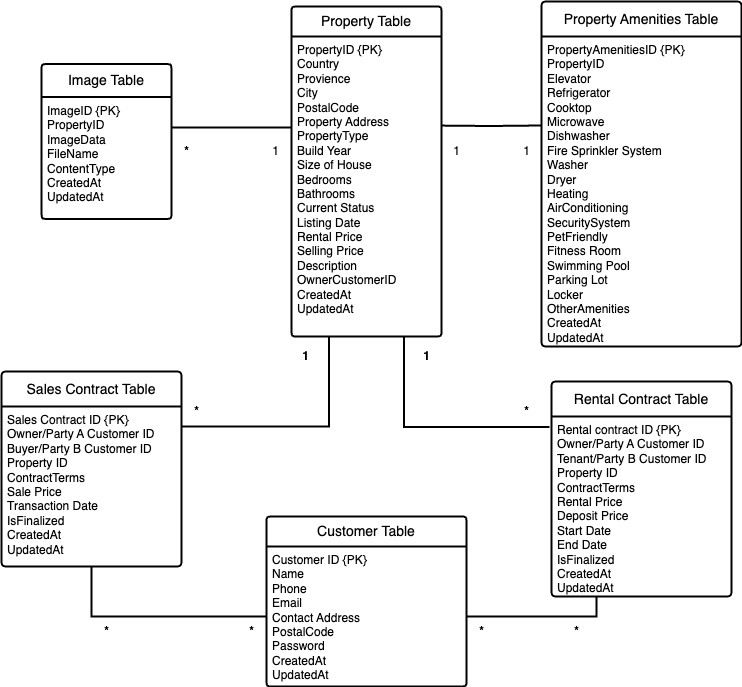
The draw.io diagram ERD.drawio.png in qisixian/InClassProject-RealEstateAgencySystem, before a commit. Source tidied: cells renumbered, new cells last; positions are measured from the earlier drawing's top-left corner, leaving out a move shared by most shapes.
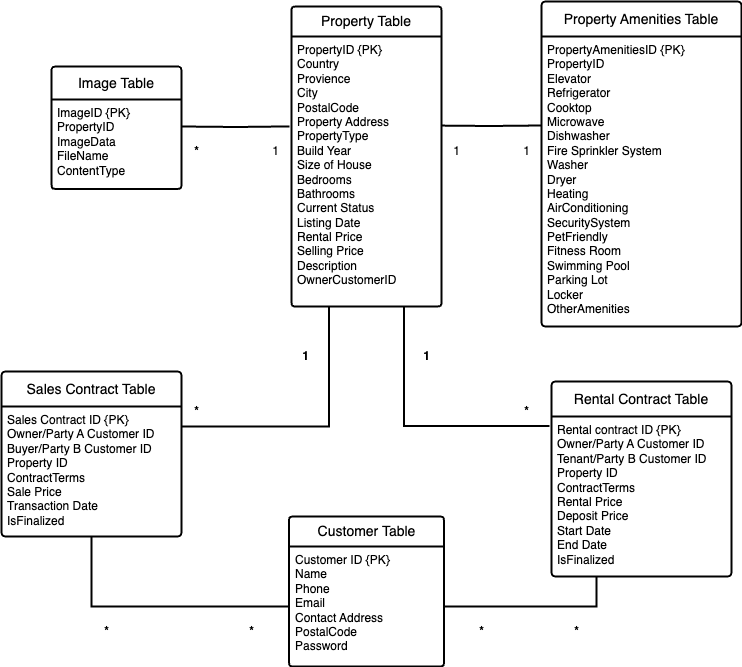
Above is the later version.

The edit, as a diff of the source:
```diff
@@ -3,48 +3,50 @@
     <mxCell id="0" />
     <mxCell id="1" parent="0" />
     <mxCell id="2" value="Property Table" style="swimlane;horizontal=1;startSize=30;rounded=1;fontSize=14;fontStyle=0;strokeWidth=2;shadow=0;dashed=0;align=center;arcSize=4;whiteSpace=wrap;html=1;" parent="1" vertex="1">
-      <mxGeometry x="290" y="5" width="150" height="330" as="geometry" />
+      <mxGeometry x="290" y="5" width="150" height="300" as="geometry" />
     </mxCell>
-    <mxCell id="3" value="PropertyID&amp;nbsp;{PK}&lt;div&gt;Country&lt;/div&gt;&lt;div&gt;Provience&lt;/div&gt;&lt;div&gt;City&lt;/div&gt;&lt;div&gt;PostalCode&lt;br&gt;&lt;/div&gt;&lt;div&gt;&lt;div&gt;Property Address&lt;/div&gt;&lt;div&gt;&lt;span style=&quot;background-color: initial;&quot;&gt;PropertyType&lt;/span&gt;&lt;br&gt;&lt;/div&gt;&lt;div&gt;Build Year&lt;br&gt;&lt;/div&gt;&lt;div&gt;Size of House&lt;br&gt;&lt;/div&gt;&lt;div&gt;Bedrooms&lt;/div&gt;&lt;div&gt;Bathrooms&lt;/div&gt;&lt;div&gt;&lt;span style=&quot;background-color: initial;&quot;&gt;Current Status&lt;/span&gt;&lt;br&gt;&lt;/div&gt;&lt;div&gt;Listing Date&lt;br&gt;Rental Price&lt;br&gt;Selling Price&lt;br&gt;&lt;/div&gt;&lt;div&gt;Description&lt;/div&gt;&lt;div&gt;OwnerCustomerID&lt;/div&gt;&lt;div&gt;CreatedAt&lt;/div&gt;&lt;div&gt;UpdatedAt&lt;/div&gt;&lt;/div&gt;" style="align=left;strokeColor=none;fillColor=none;spacingLeft=4;fontSize=12;verticalAlign=top;html=1;" parent="2" vertex="1">
-      <mxGeometry y="30" width="150" height="300" as="geometry" />
+    <mxCell id="3" value="PropertyID&amp;nbsp;{PK}&lt;div&gt;Country&lt;/div&gt;&lt;div&gt;Provience&lt;/div&gt;&lt;div&gt;City&lt;/div&gt;&lt;div&gt;PostalCode&lt;br&gt;&lt;/div&gt;&lt;div&gt;&lt;div&gt;Property Address&lt;/div&gt;&lt;div&gt;&lt;span style=&quot;background-color: initial;&quot;&gt;PropertyType&lt;/span&gt;&lt;br&gt;&lt;/div&gt;&lt;div&gt;Build Year&lt;br&gt;&lt;/div&gt;&lt;div&gt;Size of House&lt;br&gt;&lt;/div&gt;&lt;div&gt;Bedrooms&lt;/div&gt;&lt;div&gt;Bathrooms&lt;/div&gt;&lt;div&gt;&lt;span style=&quot;background-color: initial;&quot;&gt;Current Status&lt;/span&gt;&lt;br&gt;&lt;/div&gt;&lt;div&gt;Listing Date&lt;br&gt;Rental Price&lt;br&gt;Selling Price&lt;br&gt;&lt;/div&gt;&lt;div&gt;Description&lt;/div&gt;&lt;div&gt;OwnerCustomerID&lt;br&gt;&lt;/div&gt;&lt;/div&gt;" style="align=left;strokeColor=none;fillColor=none;spacingLeft=4;fontSize=12;verticalAlign=top;html=1;" parent="2" vertex="1">
+      <mxGeometry y="30" width="150" height="270" as="geometry" />
     </mxCell>
     <mxCell id="4" value="Property Amenities Table" style="swimlane;horizontal=1;startSize=35;rounded=1;fontSize=14;fontStyle=0;strokeWidth=2;shadow=0;dashed=0;align=center;arcSize=4;whiteSpace=wrap;html=1;" parent="1" vertex="1">
-      <mxGeometry x="540" width="200" height="345" as="geometry" />
+      <mxGeometry x="540" width="200" height="325" as="geometry" />
     </mxCell>
-    <mxCell id="5" value="&lt;div&gt;PropertyAmenitiesID&lt;span style=&quot;background-color: initial;&quot;&gt;&amp;nbsp;&lt;/span&gt;&lt;span style=&quot;background-color: initial;&quot;&gt;{PK}&lt;/span&gt;&lt;/div&gt;&lt;div&gt;PropertyID&lt;/div&gt;Elevator&lt;div&gt;&lt;span style=&quot;background-color: initial;&quot;&gt;Refrigerator&lt;/span&gt;&lt;br&gt;&lt;/div&gt;&lt;div&gt;Cooktop&lt;br&gt;&lt;/div&gt;&lt;div&gt;Microwave&lt;br&gt;&lt;/div&gt;&lt;div&gt;&lt;div&gt;Dishwasher&lt;/div&gt;&lt;/div&gt;&lt;div&gt;&lt;div&gt;Fire Sprinkler System&lt;br&gt;&lt;/div&gt;&lt;/div&gt;&lt;div&gt;&lt;div&gt;&lt;span style=&quot;background-color: initial;&quot;&gt;Washer&lt;/span&gt;&lt;br&gt;&lt;/div&gt;&lt;div&gt;Dryer&lt;/div&gt;&lt;div&gt;&lt;span style=&quot;background-color: initial;&quot;&gt;Heating&lt;/span&gt;&lt;/div&gt;&lt;/div&gt;&lt;div&gt;&lt;span style=&quot;background-color: initial;&quot;&gt;AirConditioning&lt;/span&gt;&lt;/div&gt;&lt;div&gt;SecuritySystem&lt;/div&gt;&lt;div&gt;PetFriendly&lt;/div&gt;&lt;div&gt;Fitness Room&lt;br&gt;&lt;/div&gt;&lt;div&gt;Swimming Pool&lt;br&gt;&lt;/div&gt;&lt;div&gt;Parking Lot&lt;br&gt;&lt;/div&gt;&lt;div&gt;Locker&lt;/div&gt;&lt;div&gt;OtherAmenities&lt;/div&gt;&lt;div&gt;CreatedAt&lt;/div&gt;&lt;div&gt;UpdatedAt&lt;/div&gt;&lt;div&gt;&lt;br&gt;&lt;/div&gt;&lt;div&gt;&lt;br&gt;&lt;/div&gt;" style="align=left;strokeColor=none;fillColor=none;spacingLeft=4;fontSize=12;verticalAlign=top;html=1;" parent="4" vertex="1">
-      <mxGeometry y="35" width="200" height="310" as="geometry" />
+    <mxCell id="5" value="&lt;div&gt;PropertyAmenitiesID&lt;span style=&quot;background-color: initial;&quot;&gt;&amp;nbsp;&lt;/span&gt;&lt;span style=&quot;background-color: initial;&quot;&gt;{PK}&lt;/span&gt;&lt;/div&gt;&lt;div&gt;PropertyID&lt;/div&gt;Elevator&lt;div&gt;&lt;span style=&quot;background-color: initial;&quot;&gt;Refrigerator&lt;/span&gt;&lt;br&gt;&lt;/div&gt;&lt;div&gt;Cooktop&lt;br&gt;&lt;/div&gt;&lt;div&gt;Microwave&lt;br&gt;&lt;/div&gt;&lt;div&gt;&lt;div&gt;Dishwasher&lt;/div&gt;&lt;/div&gt;&lt;div&gt;&lt;div&gt;Fire Sprinkler System&lt;br&gt;&lt;/div&gt;&lt;/div&gt;&lt;div&gt;&lt;div&gt;&lt;span style=&quot;background-color: initial;&quot;&gt;Washer&lt;/span&gt;&lt;br&gt;&lt;/div&gt;&lt;div&gt;Dryer&lt;/div&gt;&lt;div&gt;&lt;span style=&quot;background-color: initial;&quot;&gt;Heating&lt;/span&gt;&lt;/div&gt;&lt;/div&gt;&lt;div&gt;&lt;span style=&quot;background-color: initial;&quot;&gt;AirConditioning&lt;/span&gt;&lt;/div&gt;&lt;div&gt;SecuritySystem&lt;/div&gt;&lt;div&gt;PetFriendly&lt;/div&gt;&lt;div&gt;Fitness Room&lt;br&gt;&lt;/div&gt;&lt;div&gt;Swimming Pool&lt;br&gt;&lt;/div&gt;&lt;div&gt;Parking Lot&lt;br&gt;&lt;/div&gt;&lt;div&gt;Locker&lt;/div&gt;&lt;div&gt;OtherAmenities&lt;/div&gt;" style="align=left;strokeColor=none;fillColor=none;spacingLeft=4;fontSize=12;verticalAlign=top;html=1;" parent="4" vertex="1">
+      <mxGeometry y="35" width="200" height="290" as="geometry" />
     </mxCell>
     <mxCell id="6" style="edgeStyle=orthogonalEdgeStyle;rounded=0;orthogonalLoop=1;jettySize=auto;html=1;exitX=0.5;exitY=1;exitDx=0;exitDy=0;" parent="4" edge="1" source="5" target="5">
       <mxGeometry relative="1" as="geometry" />
     </mxCell>
     <mxCell id="7" value="Image Table" style="swimlane;horizontal=1;startSize=33;rounded=1;fontSize=14;fontStyle=0;strokeWidth=2;shadow=0;dashed=0;align=center;arcSize=4;whiteSpace=wrap;html=1;" parent="1" vertex="1">
-      <mxGeometry x="40" y="62.5" width="130" height="155" as="geometry" />
+      <mxGeometry x="50" y="65" width="130" height="122.5" as="geometry" />
     </mxCell>
-    <mxCell id="8" value="&lt;div&gt;&lt;div&gt;ImageID&lt;span style=&quot;background-color: initial;&quot;&gt;&amp;nbsp;{PK}&lt;/span&gt;&lt;/div&gt;&lt;/div&gt;PropertyID&lt;div&gt;&lt;span style=&quot;background-color: initial;&quot;&gt;ImageData&lt;/span&gt;&lt;br&gt;&lt;/div&gt;&lt;div&gt;FileName&lt;/div&gt;&lt;div&gt;ContentType&lt;br&gt;CreatedAt&lt;/div&gt;&lt;div&gt;UpdatedAt&lt;/div&gt;" style="align=left;strokeColor=none;fillColor=none;spacingLeft=4;fontSize=12;verticalAlign=top;html=1;" parent="7" vertex="1">
-      <mxGeometry y="33" width="130" height="122" as="geometry" />
+    <mxCell id="8" value="&lt;div&gt;&lt;div&gt;ImageID&lt;span style=&quot;background-color: initial;&quot;&gt;&amp;nbsp;{PK}&lt;/span&gt;&lt;/div&gt;&lt;/div&gt;PropertyID&lt;div&gt;&lt;span style=&quot;background-color: initial;&quot;&gt;ImageData&lt;/span&gt;&lt;br&gt;&lt;/div&gt;&lt;div&gt;FileName&lt;/div&gt;&lt;div&gt;ContentType&lt;br&gt;&lt;/div&gt;" style="align=left;strokeColor=none;fillColor=none;spacingLeft=4;fontSize=12;verticalAlign=top;html=1;" parent="7" vertex="1">
+      <mxGeometry y="33" width="130" height="89.5" as="geometry" />
     </mxCell>
     <mxCell id="9" value="Customer Table" style="swimlane;horizontal=1;startSize=30;rounded=1;fontSize=14;fontStyle=0;strokeWidth=2;shadow=0;dashed=0;align=center;arcSize=4;whiteSpace=wrap;html=1;" parent="1" vertex="1">
-      <mxGeometry x="265" y="515" width="200" height="170" as="geometry" />
+      <mxGeometry x="287.5" y="515" width="155" height="150" as="geometry" />
     </mxCell>
-    <mxCell id="10" value="Customer ID&amp;nbsp;{PK}&lt;br&gt;Name&lt;div&gt;Phone&lt;br&gt;&lt;/div&gt;&lt;div&gt;Email&lt;br&gt;&lt;/div&gt;&lt;div&gt;Contact Address&lt;br&gt;&lt;/div&gt;&lt;div&gt;PostalCode&lt;/div&gt;&lt;div&gt;&lt;div&gt;Password&lt;/div&gt;&lt;div&gt;CreatedAt&lt;/div&gt;&lt;div&gt;UpdatedAt&lt;/div&gt;&lt;/div&gt;" style="align=left;strokeColor=none;fillColor=none;spacingLeft=4;fontSize=12;verticalAlign=top;html=1;" parent="9" vertex="1">
-      <mxGeometry y="30" width="200" height="140" as="geometry" />
+    <mxCell id="10" value="Customer ID&amp;nbsp;{PK}&lt;br&gt;Name&lt;div&gt;Phone&lt;br&gt;&lt;/div&gt;&lt;div&gt;Email&lt;br&gt;&lt;/div&gt;&lt;div&gt;Contact Address&lt;br&gt;&lt;/div&gt;&lt;div&gt;PostalCode&lt;/div&gt;&lt;div&gt;&lt;div&gt;Password&lt;/div&gt;&lt;/div&gt;" style="align=left;strokeColor=none;fillColor=none;spacingLeft=4;fontSize=12;verticalAlign=top;html=1;" parent="9" vertex="1">
+      <mxGeometry y="30" width="155" height="120" as="geometry" />
     </mxCell>
     <mxCell id="11" value="Sales Contract Table" style="swimlane;horizontal=1;startSize=35;rounded=1;fontSize=14;fontStyle=0;strokeWidth=2;shadow=0;dashed=0;align=center;arcSize=4;whiteSpace=wrap;html=1;" parent="1" vertex="1">
-      <mxGeometry y="370" width="180" height="195" as="geometry" />
+      <mxGeometry y="370" width="180" height="165" as="geometry" />
     </mxCell>
-    <mxCell id="12" value="Sales Contract ID {PK}&lt;div&gt;Owner/Party A Customer ID&lt;br&gt;Buyer/Party B Customer ID&lt;br&gt;&lt;/div&gt;&lt;div&gt;Property ID&lt;br&gt;&lt;/div&gt;&lt;div&gt;ContractTerms&lt;br&gt;&lt;/div&gt;&lt;div&gt;Sale Price&lt;br&gt;&lt;/div&gt;&lt;div&gt;Transaction Date&lt;br&gt;&lt;/div&gt;&lt;div&gt;IsFinalized&lt;/div&gt;&lt;div&gt;CreatedAt&lt;/div&gt;&lt;div&gt;UpdatedAt&lt;/div&gt;" style="align=left;strokeColor=none;fillColor=none;spacingLeft=4;fontSize=12;verticalAlign=top;html=1;" parent="11" vertex="1">
-      <mxGeometry y="35" width="180" height="160" as="geometry" />
+    <mxCell id="12" value="Sales Contract ID {PK}&lt;div&gt;Owner/Party A Customer ID&lt;br&gt;Buyer/Party B Customer ID&lt;br&gt;&lt;/div&gt;&lt;div&gt;Property ID&lt;br&gt;&lt;/div&gt;&lt;div&gt;ContractTerms&lt;br&gt;&lt;/div&gt;&lt;div&gt;Sale Price&lt;br&gt;&lt;/div&gt;&lt;div&gt;Transaction Date&lt;br&gt;&lt;/div&gt;&lt;div&gt;IsFinalized&lt;/div&gt;" style="align=left;strokeColor=none;fillColor=none;spacingLeft=4;fontSize=12;verticalAlign=top;html=1;" parent="11" vertex="1">
+      <mxGeometry y="35" width="180" height="130" as="geometry" />
     </mxCell>
     <mxCell id="13" value="Rental Contract Table" style="swimlane;horizontal=1;startSize=35;rounded=1;fontSize=14;fontStyle=0;strokeWidth=2;shadow=0;dashed=0;align=center;arcSize=4;whiteSpace=wrap;html=1;" parent="1" vertex="1">
-      <mxGeometry x="550" y="380" width="180" height="215" as="geometry" />
+      <mxGeometry x="550" y="380" width="180" height="195" as="geometry" />
     </mxCell>
-    <mxCell id="14" value="Rental contract ID&amp;nbsp;{PK}&lt;div&gt;&lt;div&gt;Owner/Party A Customer ID&lt;br&gt;Tenant/Party B Customer ID&lt;br&gt;&lt;/div&gt;&lt;div&gt;Property ID&lt;/div&gt;&lt;/div&gt;&lt;div&gt;ContractTerms&lt;/div&gt;&lt;div&gt;Rental Price&lt;br&gt;&lt;/div&gt;&lt;div&gt;Deposit Price&lt;/div&gt;&lt;div&gt;Start Date&lt;br&gt;&lt;/div&gt;&lt;div&gt;End Date&lt;br&gt;&lt;/div&gt;&lt;div&gt;IsFinalized&lt;/div&gt;&lt;div&gt;CreatedAt&lt;/div&gt;&lt;div&gt;UpdatedAt&lt;/div&gt;" style="align=left;strokeColor=none;fillColor=none;spacingLeft=4;fontSize=12;verticalAlign=top;html=1;" parent="13" vertex="1">
-      <mxGeometry y="35" width="180" height="180" as="geometry" />
+    <mxCell id="14" value="Rental contract ID&amp;nbsp;{PK}&lt;div&gt;&lt;div&gt;Owner/Party A Customer ID&lt;br&gt;Tenant/Party B Customer ID&lt;br&gt;&lt;/div&gt;&lt;div&gt;Property ID&lt;/div&gt;&lt;/div&gt;&lt;div&gt;ContractTerms&lt;/div&gt;&lt;div&gt;Rental Price&lt;br&gt;&lt;/div&gt;&lt;div&gt;Deposit Price&lt;/div&gt;&lt;div&gt;Start Date&lt;br&gt;&lt;/div&gt;&lt;div&gt;End Date&lt;br&gt;&lt;/div&gt;&lt;div&gt;IsFinalized&lt;/div&gt;" style="align=left;strokeColor=none;fillColor=none;spacingLeft=4;fontSize=12;verticalAlign=top;html=1;" parent="13" vertex="1">
+      <mxGeometry y="35" width="180" height="160" as="geometry" />
     </mxCell>
-    <mxCell id="15" style="edgeStyle=orthogonalEdgeStyle;rounded=0;jettySize=auto;html=1;entryX=0;entryY=0.303;entryDx=0;entryDy=0;entryPerimeter=0;endArrow=none;endFill=0;strokeWidth=2;exitX=1;exitY=0.25;exitDx=0;exitDy=0;" parent="1" edge="1" source="8" target="3">
-      <mxGeometry relative="1" as="geometry" />
+    <mxCell id="15" style="edgeStyle=orthogonalEdgeStyle;rounded=0;jettySize=auto;html=1;entryX=-0.013;entryY=0.333;entryDx=0;entryDy=0;entryPerimeter=0;endArrow=none;endFill=0;strokeWidth=2;" parent="1" edge="1" target="3">
+      <mxGeometry relative="1" as="geometry">
+        <mxPoint x="180" y="125" as="sourcePoint" />
+      </mxGeometry>
     </mxCell>
-    <mxCell id="16" style="edgeStyle=orthogonalEdgeStyle;rounded=0;jettySize=auto;html=1;endArrow=none;endFill=0;strokeWidth=2;entryX=1;entryY=0.297;entryDx=0;entryDy=0;entryPerimeter=0;" parent="1" edge="1" target="3">
+    <mxCell id="16" style="edgeStyle=orthogonalEdgeStyle;rounded=0;jettySize=auto;html=1;endArrow=none;endFill=0;strokeWidth=2;entryX=1;entryY=0.33;entryDx=0;entryDy=0;entryPerimeter=0;" parent="1" edge="1" target="3">
       <mxGeometry relative="1" as="geometry">
         <mxPoint x="539" y="124" as="sourcePoint" />
       </mxGeometry>
@@ -70,7 +72,7 @@
       <mxGeometry relative="1" as="geometry" />
     </mxCell>
     <mxCell id="21" value="&lt;b&gt;*&lt;/b&gt;" style="text;html=1;align=center;verticalAlign=middle;strokeColor=none;fillColor=none;" parent="1" vertex="1">
-      <mxGeometry x="170" y="135" width="30" height="30" as="geometry" />
+      <mxGeometry x="180" y="135" width="30" height="30" as="geometry" />
     </mxCell>
     <mxCell id="22" value="&lt;b&gt;*&lt;/b&gt;" style="text;html=1;align=center;verticalAlign=middle;strokeColor=none;fillColor=none;" parent="1" vertex="1">
       <mxGeometry x="180" y="395" width="30" height="30" as="geometry" />
```
